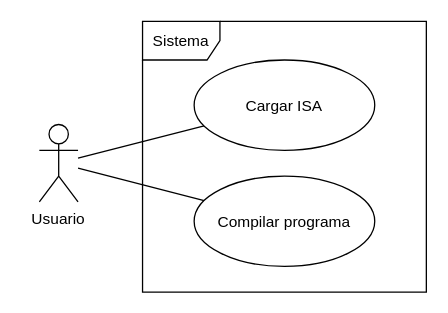
This is img/use_cases.drawio from ALVAROPING1/TFG, a draw.io file, before an edit. Source tidied: cells renumbered, new cells numbered last; positions are measured from the earlier drawing's top-left corner, leaving out a move shared by most shapes. Both pictures are drawn from the tidied source at 129%, with x=0, y=0 at pixel (39, 21).
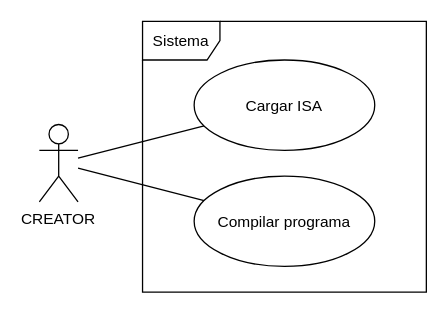
After the change.

Commit message (it also covers changes not shown here):
fixed use cases

What changed in the source:
```diff
@@
 <mxGraphModel>
   <root>
     <mxCell id="0" />
     <mxCell id="1" parent="0" />
     <mxCell id="2" style="rounded=0;jettySize=auto;endArrow=none;endFill=0;fontColor=default;labelBackgroundColor=default;" parent="1" edge="1" source="4" target="6">
       <mxGeometry relative="1" as="geometry" />
     </mxCell>
     <mxCell id="3" style="rounded=0;jettySize=auto;endArrow=none;endFill=0;fontColor=default;labelBackgroundColor=default;" parent="1" edge="1" source="4" target="7">
       <mxGeometry relative="1" as="geometry" />
     </mxCell>
-    <mxCell id="4" value="Usuario" style="shape=umlActor;verticalLabelPosition=bottom;verticalAlign=top;outlineConnect=0;fontColor=default;labelBackgroundColor=default;" parent="1" vertex="1">
+    <mxCell id="4" value="CREATOR" style="shape=umlActor;verticalLabelPosition=bottom;verticalAlign=top;outlineConnect=0;fontColor=default;labelBackgroundColor=default;" parent="1" vertex="1">
       <mxGeometry y="80" width="30" height="60" as="geometry" />
     </mxCell>
     <mxCell id="5" value="Sistema" style="shape=umlFrame;fontColor=default;labelBackgroundColor=default;" parent="1" vertex="1">
       <mxGeometry x="80" width="220" height="210" as="geometry" />
     </mxCell>
     <mxCell id="6" value="Cargar ISA" style="ellipse;fontColor=default;labelBackgroundColor=default;" parent="1" vertex="1">
       <mxGeometry x="120" y="30" width="140" height="70" as="geometry" />
     </mxCell>
     <mxCell id="7" value="Compilar programa" style="ellipse;fontColor=default;labelBackgroundColor=default;" parent="1" vertex="1">
       <mxGeometry x="120" y="120" width="140" height="70" as="geometry" />
     </mxCell>
   </root>
 </mxGraphModel>
```
